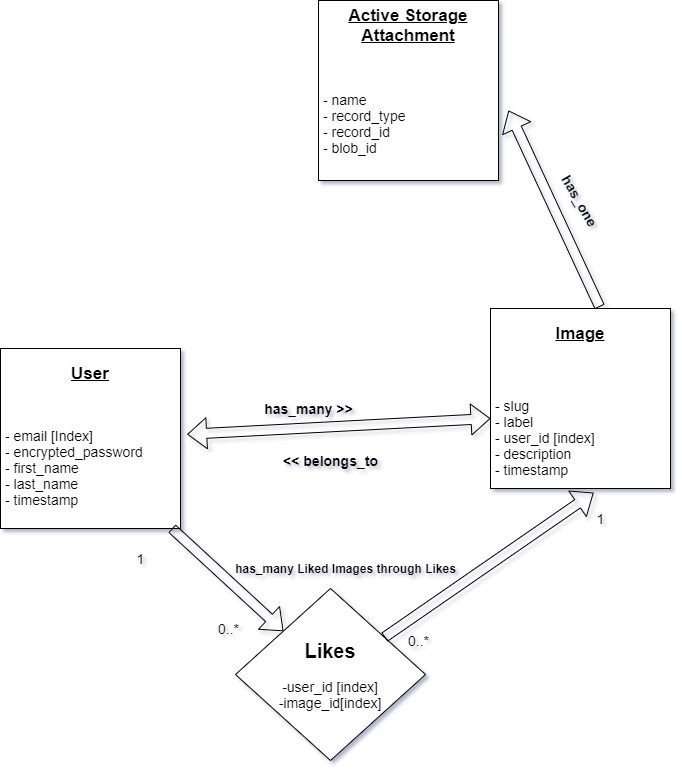
This is Images/database.png from amanpatel123/image-repository, a draw.io export, as it was before one commit. Source tidied: cells renumbered, new cells last; positions are measured from the earlier drawing's top-left corner, leaving out a move shared by most shapes.
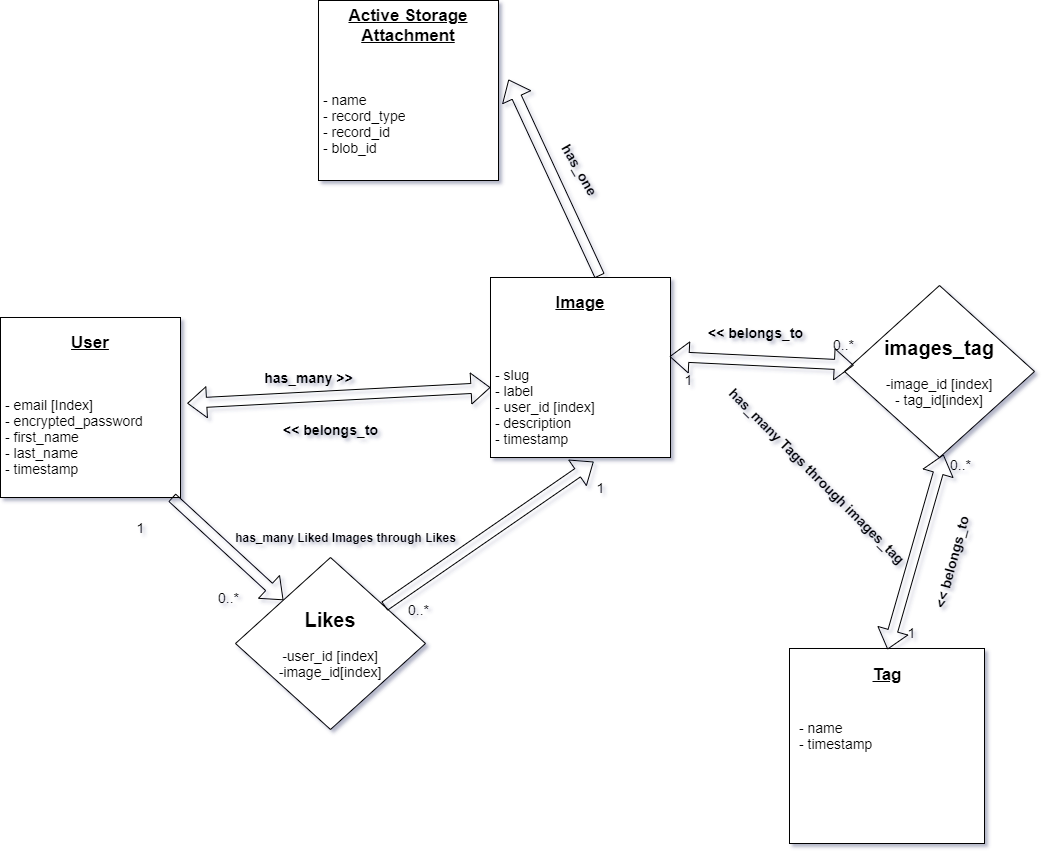
Later version of the same file.

Change to the diagram source:
```diff
@@ -45,10 +45,10 @@
       <mxGeometry x="225" y="558" width="240" height="20" as="geometry" />
     </mxCell>
     <mxCell id="16" style="whiteSpace=wrap;html=1;" parent="1" vertex="1">
-      <mxGeometry x="318" width="180" height="180" as="geometry" />
+      <mxGeometry x="318" y="31" width="180" height="180" as="geometry" />
     </mxCell>
     <mxCell id="17" value="&lt;br&gt;&lt;font style=&quot;font-size: 14px&quot;&gt;&lt;br&gt;&lt;br&gt;&lt;br&gt;- name&lt;br&gt;- record_type&lt;br&gt;- record_id&lt;br&gt;- blob_id&lt;/font&gt;" style="text;html=1;strokeColor=none;fillColor=none;spacing=5;spacingTop=-20;whiteSpace=wrap;overflow=hidden;rounded=0;" parent="1" vertex="1">
-      <mxGeometry x="318" y="40" width="180" height="140" as="geometry" />
+      <mxGeometry x="318" y="71" width="180" height="140" as="geometry" />
     </mxCell>
     <mxCell id="18" style="shape=flexArrow;endArrow=classic;startArrow=classic;html=1;entryX=0;entryY=0.5;entryDx=0;entryDy=0;exitX=1.037;exitY=0.372;exitDx=0;exitDy=0;exitPerimeter=0;" parent="1" edge="1" source="4" target="7">
       <mxGeometry relative="1" as="geometry" />
@@ -57,7 +57,7 @@
       <mxGeometry x="275" y="450" width="110" height="20" as="geometry" />
     </mxCell>
     <mxCell id="20" value="&lt;span style=&quot;font-size: 17px&quot;&gt;&lt;b&gt;&lt;u&gt;Active Storage&lt;br&gt;Attachment&lt;br&gt;&lt;/u&gt;&lt;/b&gt;&lt;/span&gt;" style="text;html=1;strokeColor=none;fillColor=none;align=center;verticalAlign=middle;whiteSpace=wrap;rounded=0;" parent="1" vertex="1">
-      <mxGeometry x="338" width="140" height="50" as="geometry" />
+      <mxGeometry x="338" y="31" width="140" height="50" as="geometry" />
     </mxCell>
     <mxCell id="21" value="&lt;font style=&quot;font-size: 14px&quot;&gt;0..*&lt;/font&gt;" style="text;html=1;align=center;verticalAlign=middle;" parent="1" vertex="1">
       <mxGeometry x="398" y="630" width="40" height="20" as="geometry" />
@@ -70,5 +70,48 @@
     <mxCell id="23" value="&lt;font style=&quot;font-size: 14px&quot;&gt;&lt;b&gt;has_one&lt;/b&gt;&lt;/font&gt;" style="text;html=1;align=center;verticalAlign=middle;rotation=60;" parent="1" vertex="1">
       <mxGeometry x="545" y="190" width="70" height="20" as="geometry" />
     </mxCell>
+    <mxCell id="24" style="whiteSpace=wrap;html=1;" parent="1" vertex="1">
+      <mxGeometry x="789" y="679" width="195" height="195" as="geometry" />
+    </mxCell>
+    <mxCell id="25" value="&lt;span style=&quot;font-size: 17px&quot;&gt;&lt;b&gt;&lt;u&gt;Tag&lt;/u&gt;&lt;/b&gt;&lt;/span&gt;" style="text;html=1;strokeColor=none;fillColor=none;align=center;verticalAlign=middle;whiteSpace=wrap;rounded=0;" parent="1" vertex="1">
+      <mxGeometry x="817" y="680" width="140" height="50" as="geometry" />
+    </mxCell>
+    <mxCell id="26" value="&lt;h1 style=&quot;text-align: center ; font-size: 14px&quot;&gt;&lt;font style=&quot;font-size: 14px&quot;&gt;&lt;br&gt;&lt;/font&gt;&lt;/h1&gt;&lt;div style=&quot;font-size: 14px&quot;&gt;&lt;font style=&quot;font-size: 14px&quot;&gt;- name&lt;/font&gt;&lt;/div&gt;&lt;div style=&quot;font-size: 14px&quot;&gt;&lt;font style=&quot;font-size: 14px&quot;&gt;- timestamp&lt;/font&gt;&lt;/div&gt;" style="text;html=1;strokeColor=none;fillColor=none;spacing=5;spacingTop=-20;whiteSpace=wrap;overflow=hidden;rounded=0;" parent="1" vertex="1">
+      <mxGeometry x="794" y="726" width="185" height="142" as="geometry" />
+    </mxCell>
+    <mxCell id="27" value="&lt;font style=&quot;font-size: 14px&quot;&gt;&lt;b style=&quot;font-size: 20px&quot;&gt;images_tag&lt;br&gt;&lt;/b&gt;&lt;br&gt;&lt;font style=&quot;font-size: 14px&quot;&gt;-image_id [index]&lt;br&gt;&lt;/font&gt;- tag_id[index]&lt;br&gt;&lt;/font&gt;" style="rhombus;whiteSpace=wrap;html=1;" parent="1" vertex="1">
+      <mxGeometry x="844" y="316" width="190" height="172" as="geometry" />
+    </mxCell>
+    <mxCell id="28" value="&lt;font style=&quot;font-size: 14px&quot;&gt;&lt;b&gt;has_many Tags through images_tag&lt;/b&gt;&lt;/font&gt;" style="text;html=1;align=center;verticalAlign=middle;rotation=45;" parent="1" vertex="1">
+      <mxGeometry x="691" y="497" width="252" height="18" as="geometry" />
+    </mxCell>
+    <mxCell id="29" value="&lt;font style=&quot;font-size: 14px&quot;&gt;1&lt;/font&gt;" style="text;html=1;align=center;verticalAlign=middle;" parent="1" vertex="1">
+      <mxGeometry x="679" y="401" width="18" height="18" as="geometry" />
+    </mxCell>
+    <mxCell id="30" value="&lt;font style=&quot;font-size: 14px&quot;&gt;0..*&lt;/font&gt;" style="text;html=1;align=center;verticalAlign=middle;" parent="1" vertex="1">
+      <mxGeometry x="823" y="365" width="40" height="20" as="geometry" />
+    </mxCell>
+    <mxCell id="31" value="&lt;font style=&quot;font-size: 14px&quot;&gt;0..*&lt;/font&gt;" style="text;html=1;align=center;verticalAlign=middle;" parent="1" vertex="1">
+      <mxGeometry x="940" y="485" width="40" height="20" as="geometry" />
+    </mxCell>
+    <mxCell id="32" value="&lt;font style=&quot;font-size: 14px&quot;&gt;1&lt;/font&gt;" style="text;html=1;align=center;verticalAlign=middle;" parent="1" vertex="1">
+      <mxGeometry x="902" y="654" width="18" height="18" as="geometry" />
+    </mxCell>
+    <mxCell id="33" value="&lt;font style=&quot;font-size: 14px&quot;&gt;&lt;b&gt;&amp;lt;&amp;lt; belongs_to&lt;/b&gt;&lt;/font&gt;" style="text;html=1;align=center;verticalAlign=middle;" parent="1" vertex="1">
+      <mxGeometry x="700" y="353" width="110" height="20" as="geometry" />
+    </mxCell>
+    <mxCell id="34" value="&lt;font style=&quot;font-size: 14px&quot;&gt;&lt;b&gt;&amp;lt;&amp;lt; belongs_to&lt;/b&gt;&lt;/font&gt;" style="text;html=1;align=center;verticalAlign=middle;rotation=-75;" parent="1" vertex="1">
+      <mxGeometry x="896" y="583" width="110" height="20" as="geometry" />
+    </mxCell>
+    <mxCell id="35" style="shape=flexArrow;endArrow=classic;startArrow=classic;html=1;entryX=0.049;entryY=0.464;entryDx=0;entryDy=0;entryPerimeter=0;" parent="1" edge="1" target="27">
+      <mxGeometry relative="1" as="geometry">
+        <mxPoint x="669" y="387" as="sourcePoint" />
+      </mxGeometry>
+    </mxCell>
+    <mxCell id="36" style="shape=flexArrow;endArrow=classic;startArrow=classic;html=1;entryX=0;entryY=0.5;entryDx=0;entryDy=0;exitX=0.5;exitY=0;exitDx=0;exitDy=0;" parent="1" edge="1" source="25">
+      <mxGeometry relative="1" as="geometry">
+        <mxPoint x="943" y="485" as="targetPoint" />
+      </mxGeometry>
+    </mxCell>
   </root>
 </mxGraphModel>
```
